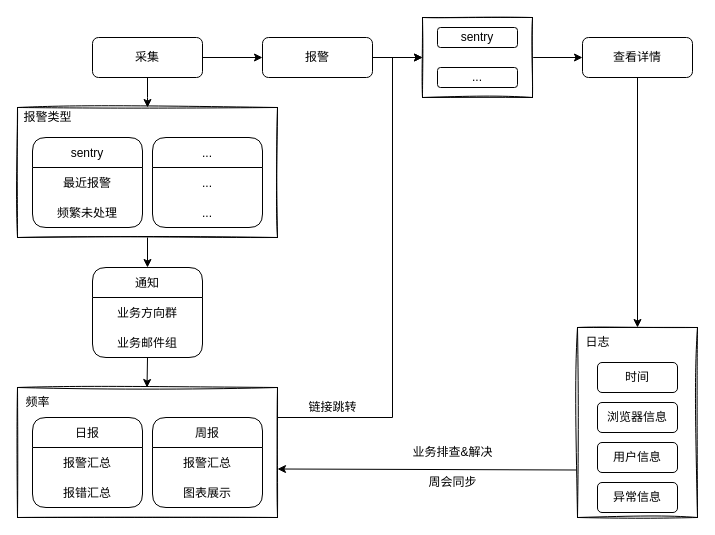
Before: 报警定时任务.drawio in 1587319019/diagrams, a draw.io diagram. Source tidied: cells renumbered, new cells numbered last; positions are measured from the earlier drawing's top-left corner, leaving out a move shared by most shapes. Both pictures are drawn from the tidied source at 100%, with x=0, y=0 at pixel (17, 17).
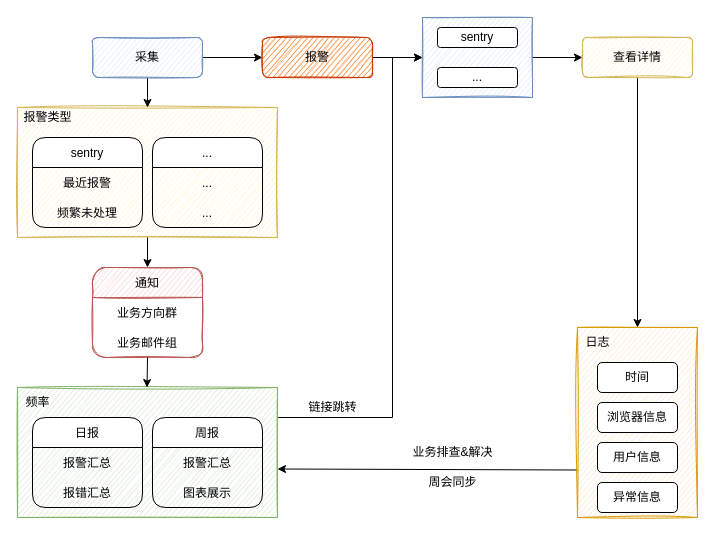
After the change.

Commit message:
更新报警定时任务.drawio

The edit, as a diff of the source:
```diff
@@
-    <mxCell id="2" style="rounded=0;whiteSpace=wrap;html=1;glass=0;sketch=1;" parent="1" vertex="1">
+    <mxCell id="2" style="rounded=0;whiteSpace=wrap;html=1;glass=0;sketch=1;fillColor=#fff2cc;strokeColor=#d6b656;" parent="1" vertex="1">
       <mxGeometry y="90" width="260" height="130" as="geometry" />
     </mxCell>
@@
-    <mxCell id="4" style="rounded=0;whiteSpace=wrap;html=1;glass=0;sketch=1;" parent="1" vertex="1">
+    <mxCell id="4" style="rounded=0;whiteSpace=wrap;html=1;glass=0;sketch=1;fillColor=#d5e8d4;strokeColor=#82b366;" parent="1" vertex="1">
       <mxGeometry y="370" width="260" height="130" as="geometry" />
     </mxCell>
@@
-    <mxCell id="11" value="通知" style="swimlane;fontStyle=0;horizontal=1;startSize=30;rounded=1;glass=0;sketch=0;" parent="1" vertex="1">
+    <mxCell id="11" value="通知" style="swimlane;fontStyle=0;horizontal=1;startSize=30;rounded=1;glass=0;sketch=1;fillColor=#f8cecc;strokeColor=#b85450;" parent="1" vertex="1">
       <mxGeometry x="75" y="250" width="110" height="90" as="geometry" />
     </mxCell>
@@
-    <mxCell id="16" value="采集" style="rounded=1;whiteSpace=wrap;html=1;glass=0;sketch=0;" parent="1" vertex="1">
+    <mxCell id="16" value="采集" style="rounded=1;whiteSpace=wrap;html=1;glass=0;sketch=1;fillColor=#dae8fc;strokeColor=#6c8ebf;" parent="1" vertex="1">
       <mxGeometry x="75" y="20" width="110" height="40" as="geometry" />
     </mxCell>
@@
-    <mxCell id="18" value="报警" style="rounded=1;whiteSpace=wrap;html=1;glass=0;sketch=0;" parent="1" vertex="1">
+    <mxCell id="18" value="报警" style="rounded=1;whiteSpace=wrap;html=1;glass=0;sketch=1;fillColor=#fa6800;fontColor=#000000;strokeColor=#C73500;" parent="1" vertex="1">
       <mxGeometry x="245" y="20" width="110" height="40" as="geometry" />
     </mxCell>
@@
-    <mxCell id="26" style="rounded=0;whiteSpace=wrap;html=1;glass=0;sketch=1;" parent="1" vertex="1">
+    <mxCell id="26" style="rounded=0;whiteSpace=wrap;html=1;glass=0;sketch=1;fillColor=#dae8fc;strokeColor=#6c8ebf;" parent="1" vertex="1">
       <mxGeometry x="405" width="110" height="80" as="geometry" />
     </mxCell>
@@
-    <mxCell id="35" value="查看详情" style="rounded=1;whiteSpace=wrap;html=1;glass=0;sketch=0;" parent="1" vertex="1">
+    <mxCell id="35" value="查看详情" style="rounded=1;whiteSpace=wrap;html=1;glass=0;sketch=1;fillColor=#fff2cc;strokeColor=#d6b656;" parent="1" vertex="1">
       <mxGeometry x="565" y="20" width="110" height="40" as="geometry" />
     </mxCell>
@@
-    <mxCell id="37" style="rounded=0;whiteSpace=wrap;html=1;glass=0;sketch=1;" parent="1" vertex="1">
+    <mxCell id="37" style="rounded=0;whiteSpace=wrap;html=1;glass=0;sketch=1;fillColor=#ffe6cc;strokeColor=#d79b00;" parent="1" vertex="1">
       <mxGeometry x="560" y="310" width="120" height="190" as="geometry" />
     </mxCell>
```
